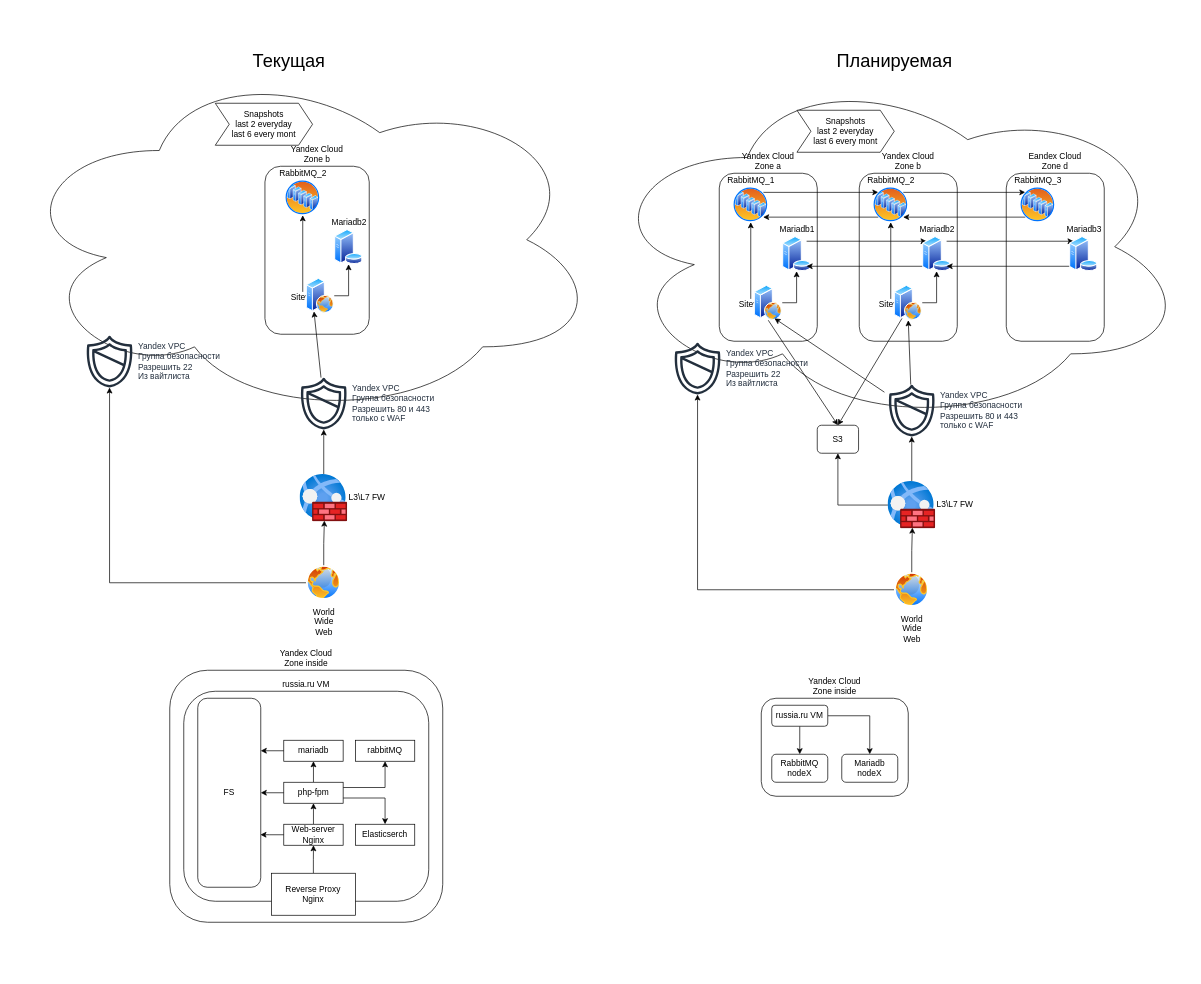
Earlier version of the draw.io diagram Untitled Diagram.drawio (Dasatrys/cosmos-web). Source tidied: cells renumbered, new cells numbered last; positions are measured from the earlier drawing's top-left corner, leaving out a move shared by most shapes. Both pictures are drawn from the tidied source at 70%, with x=0, y=0 at pixel (12, 47).
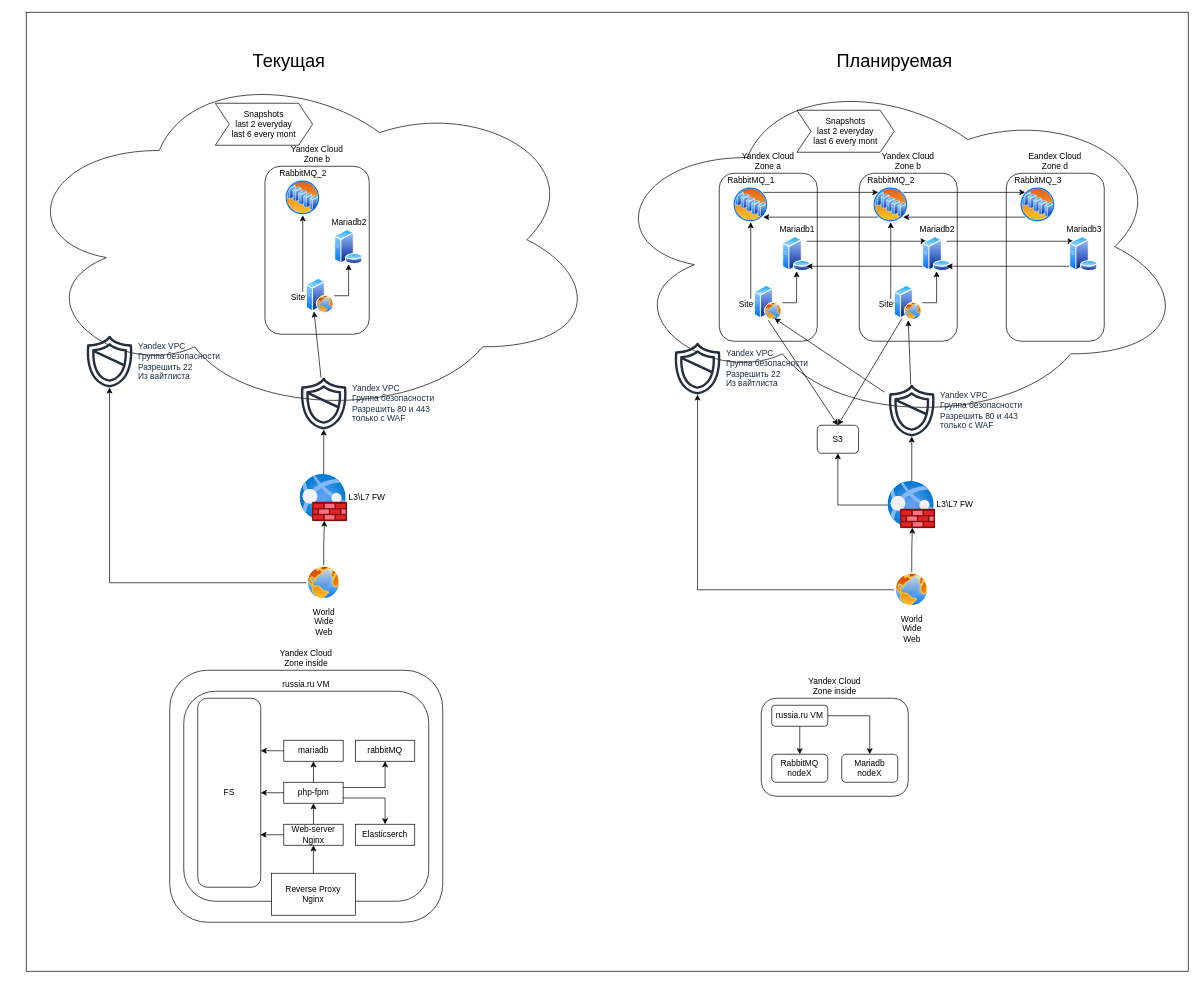
The same diagram, later.

Change to the diagram source:
```diff
@@
+    <mxCell id="81" style="rounded=0;whiteSpace=wrap;html=1;" parent="1" vertex="1">
+      <mxGeometry x="20" y="-50" width="1660" height="1370" as="geometry" />
+    </mxCell>
```
